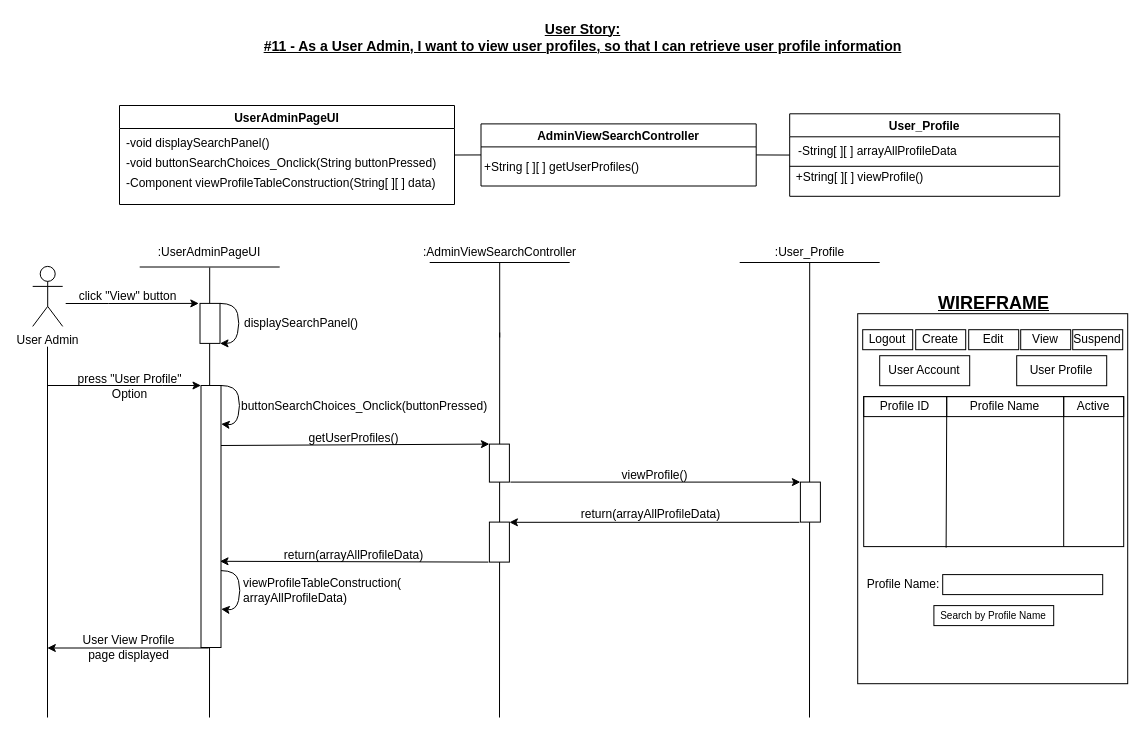
This is BCE_UML_and_Diagrams/UserAdmin/UserAdmin_ViewSearchProfile(#10&11)/UserStory#11_ViewProfile.drawio from extred5700/JAVAGUI-Restaurant-Table-Order-System, a draw.io file, before an edit. Source tidied: cells renumbered, new cells numbered last; positions are measured from the earlier drawing's top-left corner, leaving out a move shared by most shapes. Both pictures are drawn from the tidied source at 100%, with x=0, y=0 at pixel (32, 17).
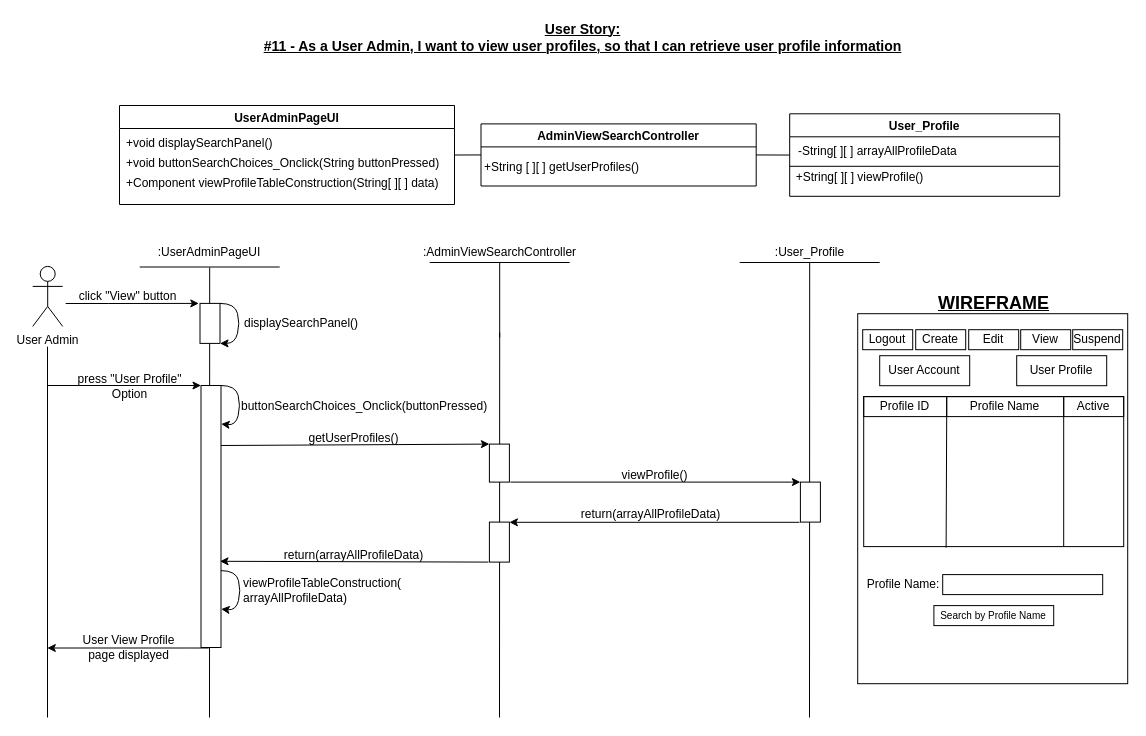
Above is the later version.

The change refers to these unchanged cells:
```xml
<mxCell id="4" value="UserAdminPageUI" style="swimlane;" parent="1" vertex="1">
  <mxGeometry x="87" y="88" width="335" height="99" as="geometry" />
</mxCell>
```

Diff of the diagram source:
```diff
@@
-    <mxCell id="5" value="-void displaySearchPanel()" style="text;html=1;align=left;verticalAlign=middle;strokeColor=none;fillColor=none;" parent="4" vertex="1">
+    <mxCell id="5" value="+void displaySearchPanel()" style="text;html=1;align=left;verticalAlign=middle;strokeColor=none;fillColor=none;" parent="4" vertex="1">
       <mxGeometry x="5" y="28" width="160" height="20" as="geometry" />
     </mxCell>
-    <mxCell id="6" value="-Component viewProfileTableConstruction(String[ ][ ] data)" style="text;html=1;align=left;verticalAlign=middle;strokeColor=none;fillColor=none;" parent="4" vertex="1">
-      <mxGeometry x="5" y="68" width="320" height="20" as="geometry" />
+    <mxCell id="6" value="+Component viewProfileTableConstruction(String[ ][ ] data)" style="text;html=1;align=left;verticalAlign=middle;strokeColor=none;fillColor=none;" parent="4" vertex="1">
+      <mxGeometry x="5" y="68" width="330" height="20" as="geometry" />
     </mxCell>
-    <mxCell id="7" value="-void buttonSearchChoices_Onclick(String buttonPressed)" style="text;html=1;align=left;verticalAlign=middle;strokeColor=none;fillColor=none;" parent="4" vertex="1">
+    <mxCell id="7" value="+void buttonSearchChoices_Onclick(String buttonPressed)" style="text;html=1;align=left;verticalAlign=middle;strokeColor=none;fillColor=none;" parent="4" vertex="1">
       <mxGeometry x="5" y="48" width="330" height="20" as="geometry" />
     </mxCell>
```
